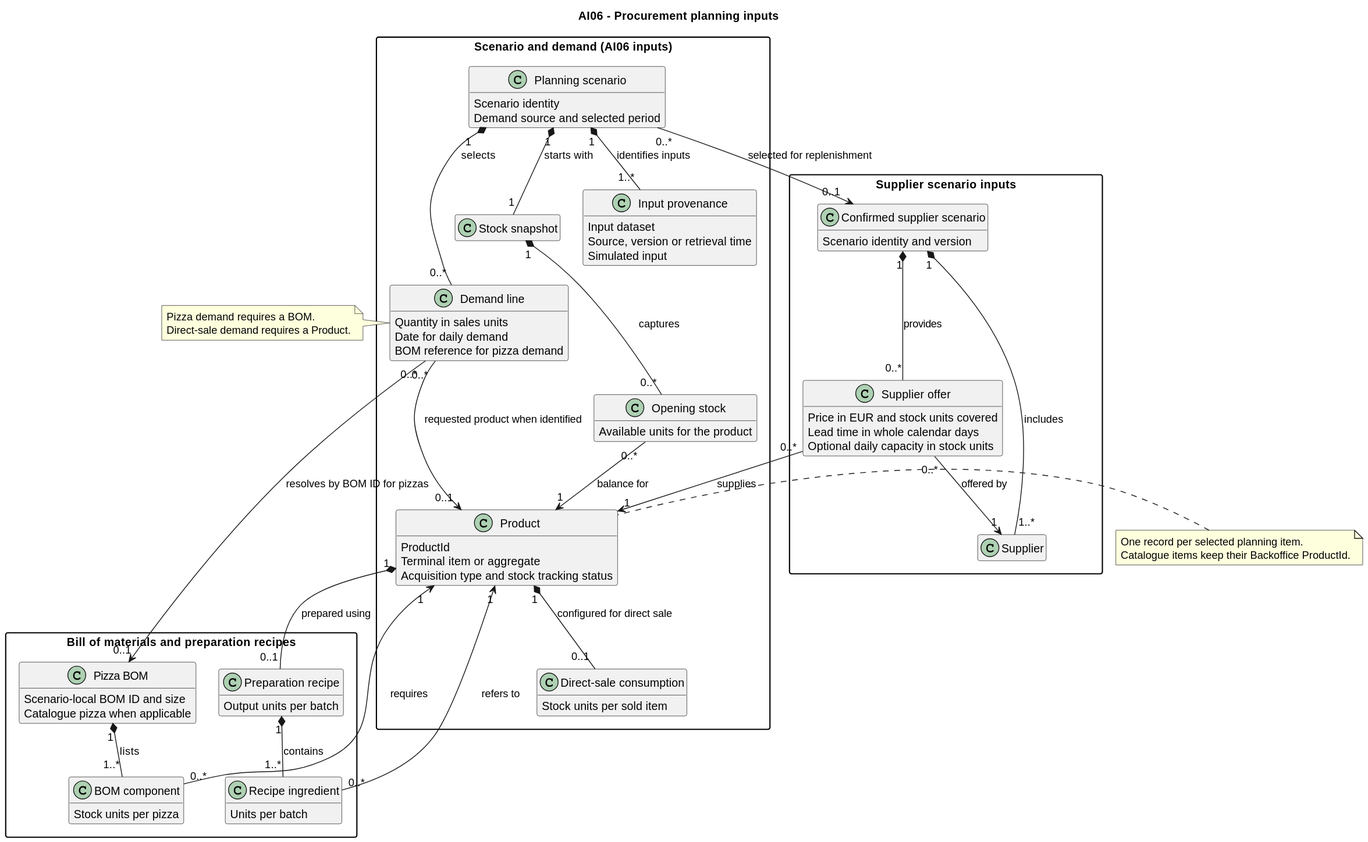
The PlantUML diagram docs/user_stories/ai/ai06/excerptDomainModel/AI06-Domain-Model-Excerpt.svg in 1240898/teste, before a commit. Its diagram source:
```plantuml
@startuml
title AI06 - Procurement planning inputs
hide empty members
hide methods
skinparam shadowing false
skinparam classAttributeIconSize 0
skinparam packageStyle rectangle
skinparam nodesep 28
skinparam ranksep 48

package "Scenario and demand (AI06 inputs)" as ScenarioInputs {
    class "Planning scenario" as Scenario {
        Scenario identity
        Demand source and selected period
    }
    class "Input provenance" as Provenance {
        Input dataset
        Source, version or retrieval time
        Simulated input
    }
    class "Demand line" as Demand {
        Quantity in sales units
        Date for daily demand
        BOM reference for pizza demand
    }
    class "Stock snapshot" as Snapshot
    class "Opening stock" as Opening {
        Available units for the product
    }
    class "Direct-sale consumption" as SalesFactor {
        Stock units per sold item
    }
    class Product {
        ProductId
        Terminal item or aggregate
        Acquisition type and stock tracking status
    }

    Scenario "1" *-- "1..*" Provenance : identifies inputs
    Scenario "1" *-- "0..*" Demand : selects
    Scenario "1" *-- "1" Snapshot : starts with
    Snapshot "1" *-- "0..*" Opening : captures
    Opening "0..*" --> "1" Product : balance for
    Demand "0..*" --> "0..1" Product : requested product when identified
    Product "1" *-- "0..1" SalesFactor : configured for direct sale
}

package "Bill of materials and preparation recipes" as BomInputs {
    class "Pizza BOM" as Bom {
        Scenario-local BOM ID and size
        Catalogue pizza when applicable
    }
    class "BOM component" as Component {
        Stock units per pizza
    }
    class "Preparation recipe" as Recipe {
        Output units per batch
    }
    class "Recipe ingredient" as Ingredient {
        Units per batch
    }

    Bom "1" *-- "1..*" Component : lists
    Recipe "1" *-- "1..*" Ingredient : contains
}

package "Supplier scenario inputs" as SupplierInputs {
    class "Confirmed supplier scenario" as SupplierScenario {
        Scenario identity and version
    }
    class Supplier
    class "Supplier offer" as Offer {
        Price in EUR and stock units covered
        Lead time in whole calendar days
        Optional daily capacity in stock units
    }

    SupplierScenario "1" *-- "1..*" Supplier : includes
    SupplierScenario "1" *-- "0..*" Offer : provides
    Offer "0..*" --> "1" Supplier : offered by
}

Scenario "0..*" --> "0..1" SupplierScenario : selected for replenishment
Demand "0..*" --> "0..1" Bom : resolves by BOM ID for pizzas
Component "0..*" -up-> "1" Product : requires
Product "1" *-- "0..1" Recipe : prepared using
Ingredient "0..*" -up-> "1" Product : refers to
Offer "0..*" --> "1" Product : supplies

note left of Demand
    Pizza demand requires a BOM.
    Direct-sale demand requires a Product.
end note

note left of Product
    One record per selected planning item.
    Catalogue items keep their Backoffice ProductId.
end note
@enduml
```
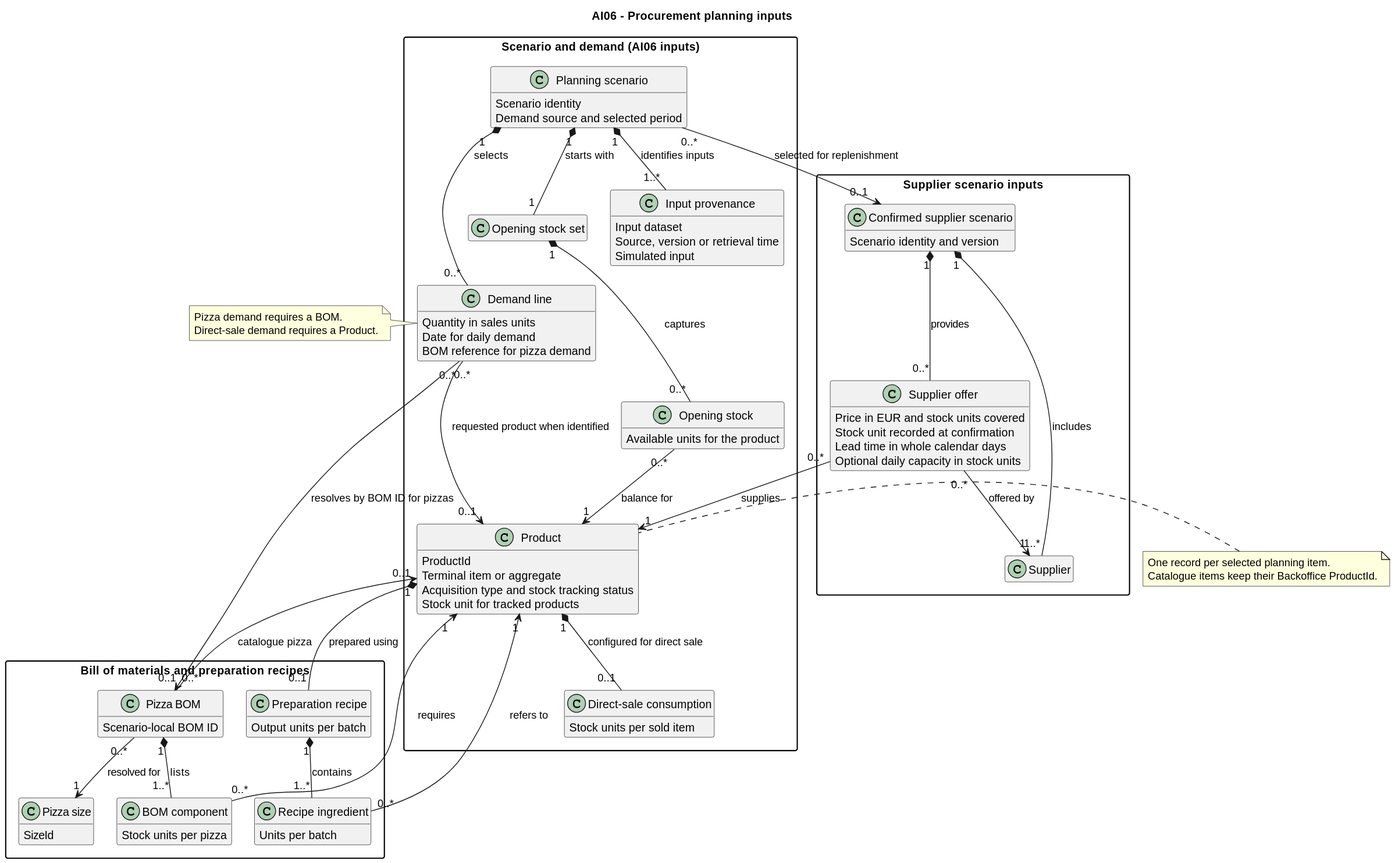
The same file after the commit.

The edit, as a diff of the source:
```diff
@@ -23,7 +23,7 @@
         Date for daily demand
         BOM reference for pizza demand
     }
-    class "Stock snapshot" as Snapshot
+    class "Opening stock set" as StockSet
     class "Opening stock" as Opening {
         Available units for the product
     }
@@ -34,12 +34,13 @@
         ProductId
         Terminal item or aggregate
         Acquisition type and stock tracking status
+        Stock unit for tracked products
     }
 
     Scenario "1" *-- "1..*" Provenance : identifies inputs
     Scenario "1" *-- "0..*" Demand : selects
-    Scenario "1" *-- "1" Snapshot : starts with
-    Snapshot "1" *-- "0..*" Opening : captures
+    Scenario "1" *-- "1" StockSet : starts with
+    StockSet "1" *-- "0..*" Opening : captures
     Opening "0..*" --> "1" Product : balance for
     Demand "0..*" --> "0..1" Product : requested product when identified
     Product "1" *-- "0..1" SalesFactor : configured for direct sale
@@ -47,8 +48,10 @@
 
 package "Bill of materials and preparation recipes" as BomInputs {
     class "Pizza BOM" as Bom {
-        Scenario-local BOM ID and size
-        Catalogue pizza when applicable
+        Scenario-local BOM ID
+    }
+    class "Pizza size" as PizzaSize {
+        SizeId
     }
     class "BOM component" as Component {
         Stock units per pizza
@@ -61,6 +64,7 @@
     }
 
     Bom "1" *-- "1..*" Component : lists
+    Bom "0..*" --> "1" PizzaSize : resolved for
     Recipe "1" *-- "1..*" Ingredient : contains
 }
 
@@ -71,6 +75,7 @@
     class Supplier
     class "Supplier offer" as Offer {
         Price in EUR and stock units covered
+        Stock unit recorded at confirmation
         Lead time in whole calendar days
         Optional daily capacity in stock units
     }
@@ -82,6 +87,7 @@
 
 Scenario "0..*" --> "0..1" SupplierScenario : selected for replenishment
 Demand "0..*" --> "0..1" Bom : resolves by BOM ID for pizzas
+Bom "0..*" -up-> "0..1" Product : catalogue pizza
 Component "0..*" -up-> "1" Product : requires
 Product "1" *-- "0..1" Recipe : prepared using
 Ingredient "0..*" -up-> "1" Product : refers to
```
